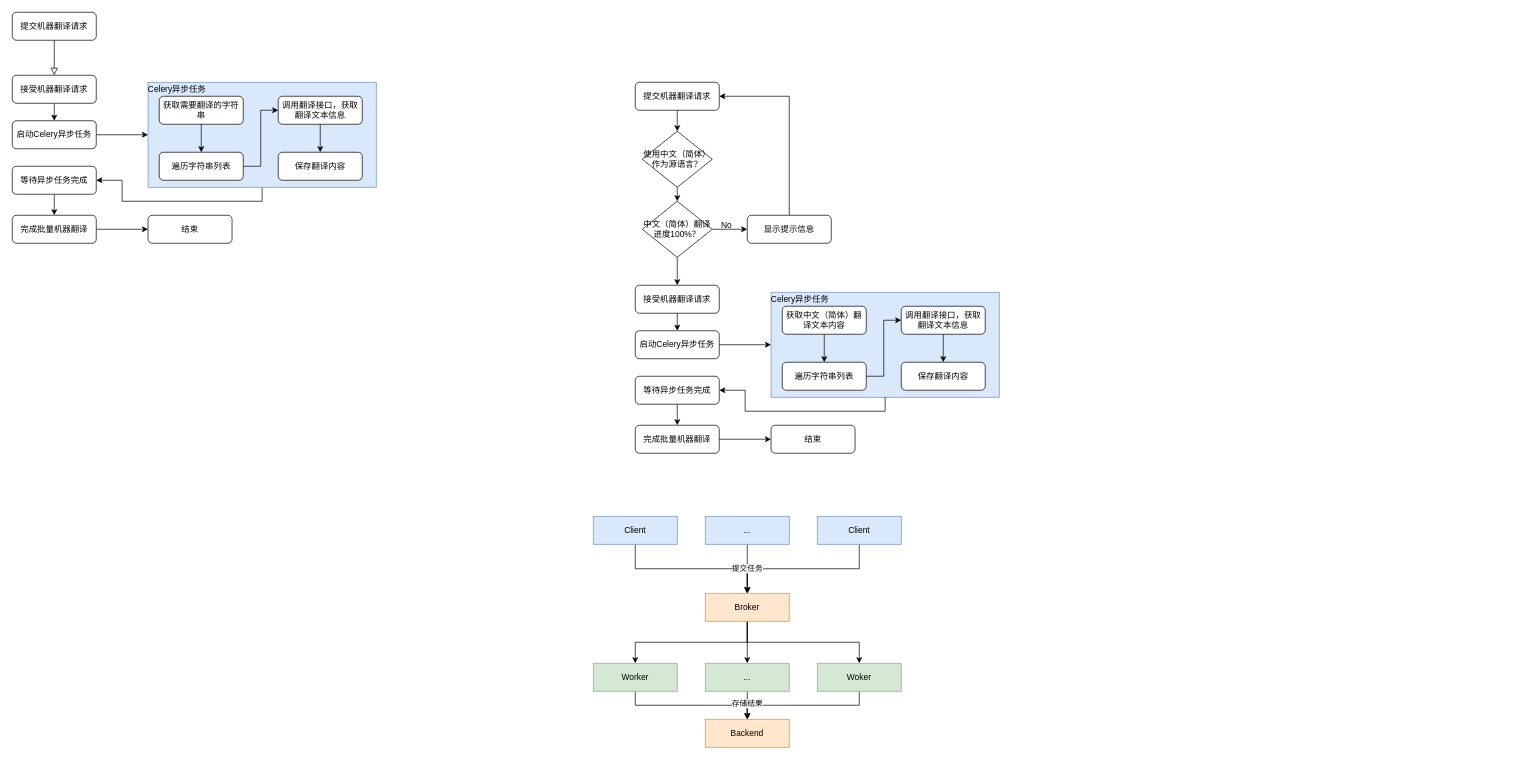
Above: weblate/机器翻译流程.drawio in weijiang1994/draw-io (draw.io), before the change. Source tidied: cells renumbered, new cells numbered last; positions are measured from the earlier drawing's top-left corner, leaving out a move shared by most shapes. Both pictures are drawn from the tidied source at 70%, with x=0, y=0 at pixel (12, 12).
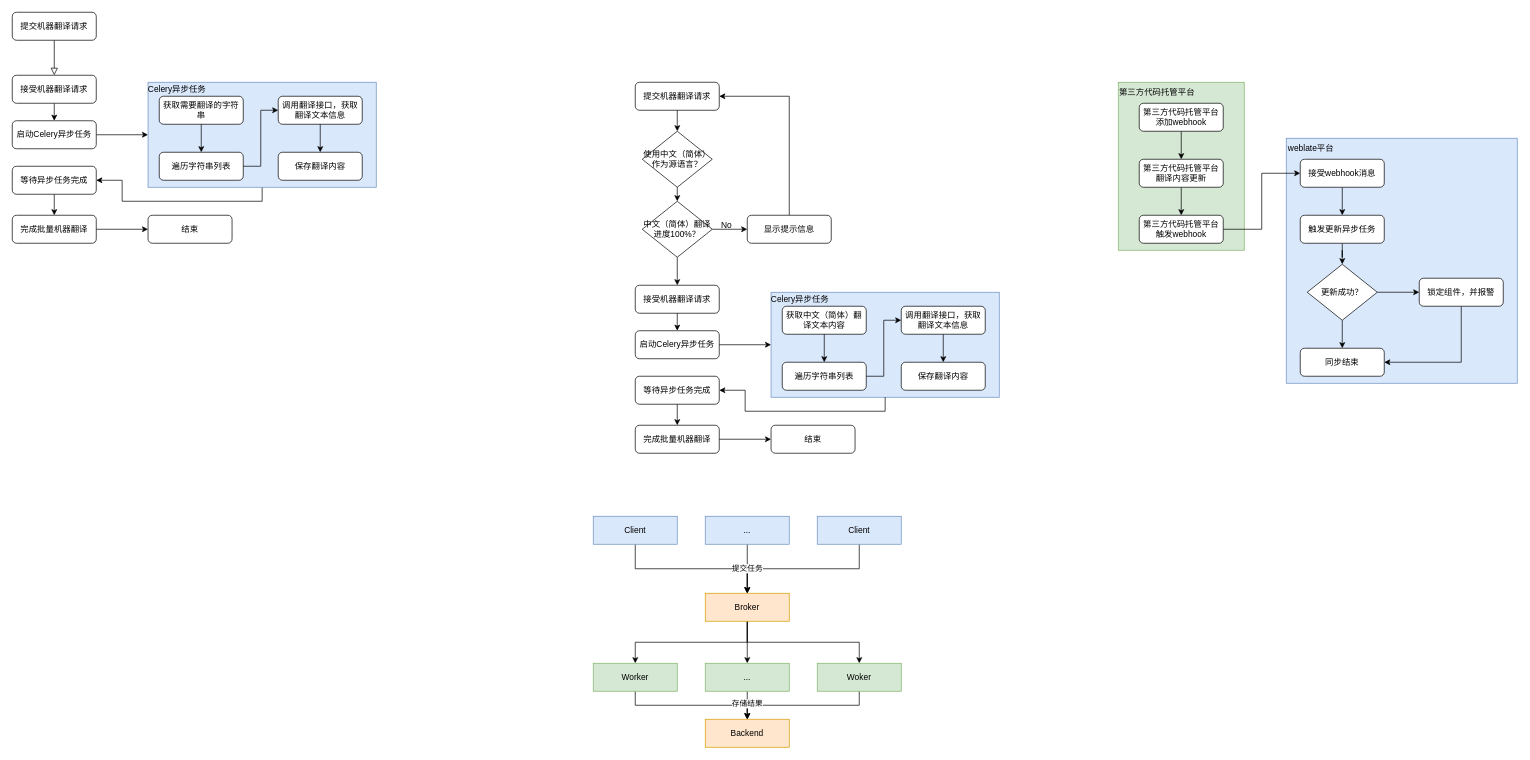
Above is the later version.

Commit message (it also covers changes not shown here):
更新机器翻译流程.drawio

The edit, as a diff of the source:
```diff
@@
+    <mxCell id="76" style="rounded=0;whiteSpace=wrap;html=1;fillColor=#dae8fc;strokeColor=#6c8ebf;" parent="1" vertex="1">
+      <mxGeometry x="1820" y="180" width="330" height="350" as="geometry" />
+    </mxCell>
+    <mxCell id="77" style="rounded=0;whiteSpace=wrap;html=1;fillColor=#d5e8d4;strokeColor=#82b366;" parent="1" vertex="1">
+      <mxGeometry x="1580" y="100" width="180" height="240" as="geometry" />
+    </mxCell>
@@
+    <mxCell id="78" style="edgeStyle=orthogonalEdgeStyle;rounded=0;jettySize=auto;html=1;exitX=0.5;exitY=1;exitDx=0;exitDy=0;entryX=0.5;entryY=0;entryDx=0;entryDy=0;" parent="1" edge="1" source="79" target="81">
+      <mxGeometry relative="1" as="geometry" />
+    </mxCell>
+    <mxCell id="79" value="第三方代码托管平台添加webhook" style="rounded=1;whiteSpace=wrap;html=1;fontSize=12;glass=0;strokeWidth=1;shadow=0;" parent="1" vertex="1">
+      <mxGeometry x="1610" y="130" width="120" height="40" as="geometry" />
+    </mxCell>
+    <mxCell id="80" style="edgeStyle=orthogonalEdgeStyle;rounded=0;jettySize=auto;html=1;exitX=0.5;exitY=1;exitDx=0;exitDy=0;entryX=0.5;entryY=0;entryDx=0;entryDy=0;" parent="1" edge="1" source="81" target="83">
+      <mxGeometry relative="1" as="geometry" />
+    </mxCell>
+    <mxCell id="81" value="第三方代码托管平台翻译内容更新" style="rounded=1;whiteSpace=wrap;html=1;fontSize=12;glass=0;strokeWidth=1;shadow=0;" parent="1" vertex="1">
+      <mxGeometry x="1610" y="210" width="120" height="40" as="geometry" />
+    </mxCell>
+    <mxCell id="82" style="edgeStyle=orthogonalEdgeStyle;rounded=0;jettySize=auto;html=1;exitX=1;exitY=0.5;exitDx=0;exitDy=0;entryX=0;entryY=0.5;entryDx=0;entryDy=0;" parent="1" edge="1" source="83" target="85">
+      <mxGeometry relative="1" as="geometry" />
+    </mxCell>
+    <mxCell id="83" value="第三方代码托管平台触发webhook" style="rounded=1;whiteSpace=wrap;html=1;fontSize=12;glass=0;strokeWidth=1;shadow=0;" parent="1" vertex="1">
+      <mxGeometry x="1610" y="290" width="120" height="40" as="geometry" />
+    </mxCell>
+    <mxCell id="84" style="edgeStyle=orthogonalEdgeStyle;rounded=0;jettySize=auto;html=1;exitX=0.5;exitY=1;exitDx=0;exitDy=0;entryX=0.5;entryY=0;entryDx=0;entryDy=0;" parent="1" edge="1" source="85" target="87">
+      <mxGeometry relative="1" as="geometry" />
+    </mxCell>
+    <mxCell id="85" value="接受webhook消息" style="rounded=1;whiteSpace=wrap;html=1;fontSize=12;glass=0;strokeWidth=1;shadow=0;" parent="1" vertex="1">
+      <mxGeometry x="1840" y="210" width="120" height="40" as="geometry" />
+    </mxCell>
+    <mxCell id="86" style="edgeStyle=orthogonalEdgeStyle;rounded=0;jettySize=auto;html=1;exitX=0.5;exitY=1;exitDx=0;exitDy=0;" parent="1" edge="1" source="87" target="90">
+      <mxGeometry relative="1" as="geometry" />
+    </mxCell>
+    <mxCell id="87" value="触发更新异步任务" style="rounded=1;whiteSpace=wrap;html=1;fontSize=12;glass=0;strokeWidth=1;shadow=0;" parent="1" vertex="1">
+      <mxGeometry x="1840" y="290" width="120" height="40" as="geometry" />
+    </mxCell>
+    <mxCell id="88" style="edgeStyle=orthogonalEdgeStyle;rounded=0;jettySize=auto;html=1;exitX=0.5;exitY=1;exitDx=0;exitDy=0;entryX=0.5;entryY=0;entryDx=0;entryDy=0;" parent="1" edge="1" source="90" target="91">
+      <mxGeometry relative="1" as="geometry" />
+    </mxCell>
+    <mxCell id="89" style="edgeStyle=orthogonalEdgeStyle;rounded=0;jettySize=auto;html=1;exitX=1;exitY=0.5;exitDx=0;exitDy=0;entryX=0;entryY=0.5;entryDx=0;entryDy=0;" parent="1" edge="1" source="90" target="93">
+      <mxGeometry relative="1" as="geometry" />
+    </mxCell>
+    <mxCell id="90" value="更新成功？" style="rhombus;whiteSpace=wrap;html=1;" parent="1" vertex="1">
+      <mxGeometry x="1850" y="360" width="100" height="80" as="geometry" />
+    </mxCell>
+    <mxCell id="91" value="同步结束" style="rounded=1;whiteSpace=wrap;html=1;fontSize=12;glass=0;strokeWidth=1;shadow=0;" parent="1" vertex="1">
+      <mxGeometry x="1840" y="480" width="120" height="40" as="geometry" />
+    </mxCell>
+    <mxCell id="92" style="edgeStyle=orthogonalEdgeStyle;rounded=0;jettySize=auto;html=1;exitX=0.5;exitY=1;exitDx=0;exitDy=0;entryX=1;entryY=0.5;entryDx=0;entryDy=0;" parent="1" edge="1" source="93" target="91">
+      <mxGeometry relative="1" as="geometry" />
+    </mxCell>
+    <mxCell id="93" value="锁定组件，并报警" style="rounded=1;whiteSpace=wrap;html=1;fontSize=12;glass=0;strokeWidth=1;shadow=0;" parent="1" vertex="1">
+      <mxGeometry x="2010" y="380" width="120" height="40" as="geometry" />
+    </mxCell>
+    <mxCell id="94" value="第三方代码托管平台" style="text;html=1;align=center;verticalAlign=middle;strokeColor=none;fillColor=none;" parent="1" vertex="1">
+      <mxGeometry x="1570" y="100" width="130" height="30" as="geometry" />
+    </mxCell>
+    <mxCell id="95" value="weblate平台" style="text;html=1;align=center;verticalAlign=middle;strokeColor=none;fillColor=none;" parent="1" vertex="1">
+      <mxGeometry x="1810" y="180" width="90" height="30" as="geometry" />
+    </mxCell>
```
